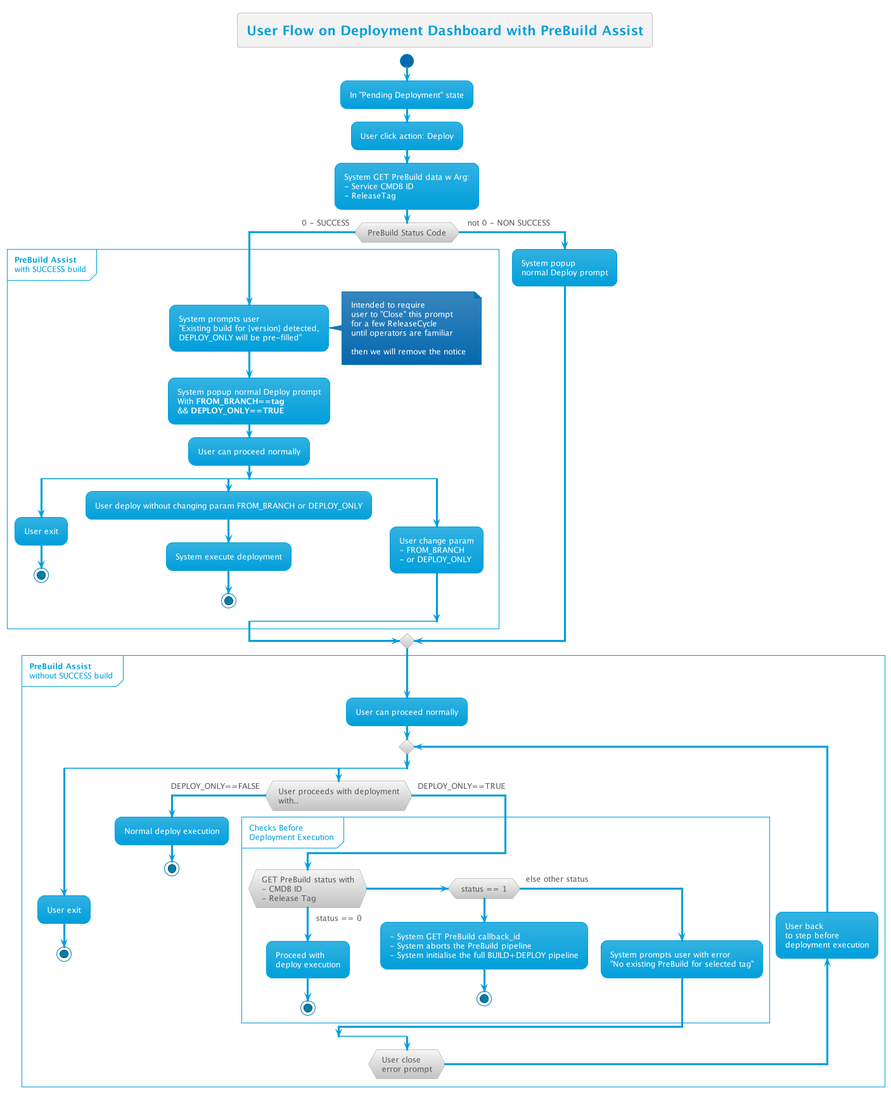
thetomitomo/diagrams keeps this PlantUML diagram as out/PreBuildFlow/PreBuildAssistUserFlow/PreBuildAssistUserFlow.png. Above is the earlier version.
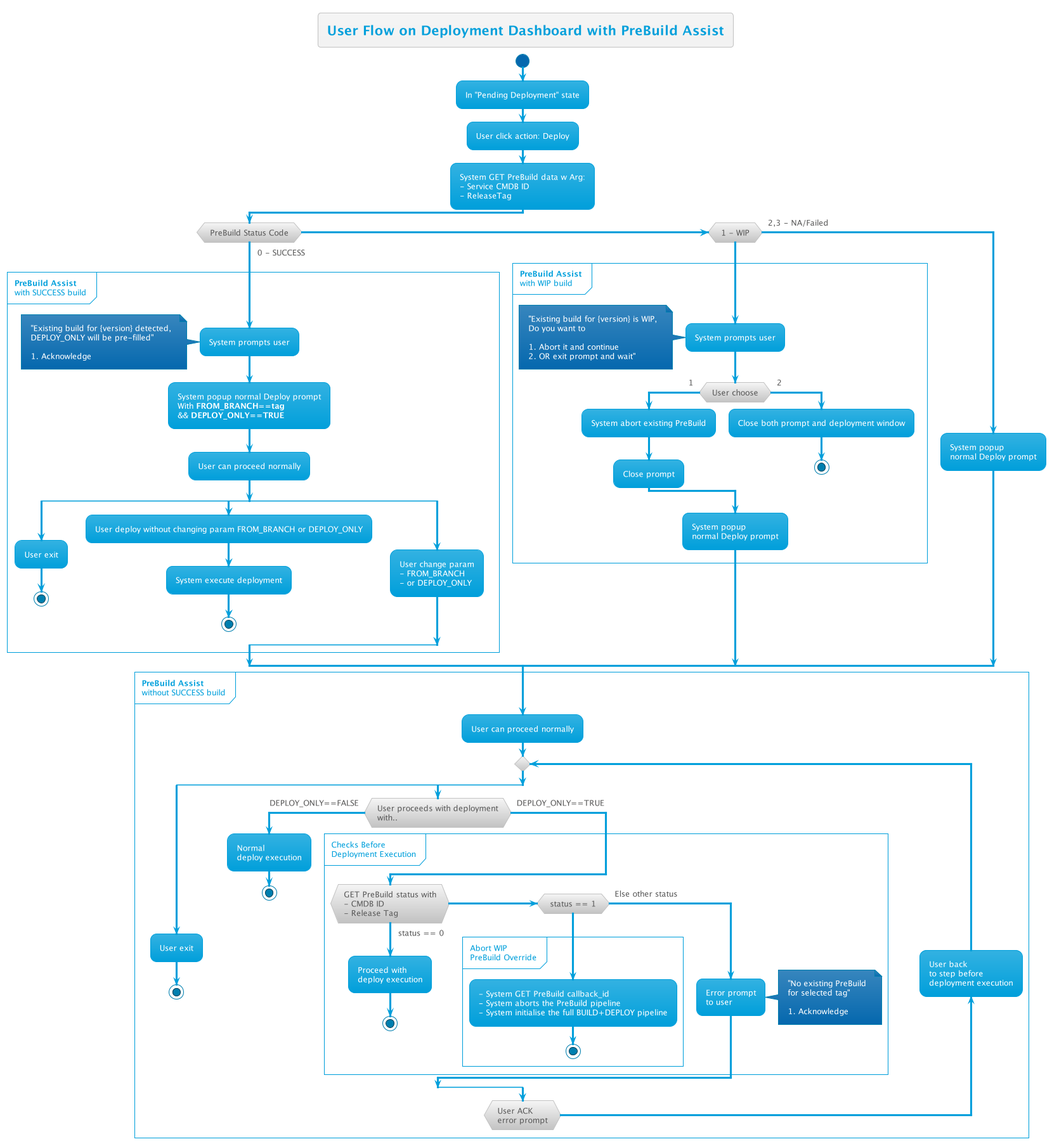
The same file after the commit.

Commit message:
update prebuild diagram

Change to the diagram source:
```diff
@@ -14,14 +14,12 @@
 if (PreBuild Status Code) then (0 - SUCCESS)
 
     group **PreBuild Assist**\nwith SUCCESS build
-        :System prompts user\n"Existing build for {version} detected,\nDEPLOY_ONLY will be pre-filled";
-        note right
-            Intended to require
-            user to "Close" this prompt
-            for a few ReleaseCycle
-            until operators are familiar
+        :System prompts user;
+        note left
+            "Existing build for {version} detected,
+            DEPLOY_ONLY will be pre-filled"
 
-            then we will remove the notice
+            1. Acknowledge
         end note
         :System popup normal Deploy prompt\nWith **FROM_BRANCH==tag**\n&& **DEPLOY_ONLY==TRUE**;
         :User can proceed normally;
@@ -36,7 +34,26 @@
             :User change param\n- FROM_BRANCH\n- or DEPLOY_ONLY;
         end split
     end group
-else ( not 0 - NON SUCCESS)
+elseif (1 - WIP)
+    group **PreBuild Assist**\nwith WIP build
+        :System prompts user;
+        note left
+            "Existing build for {version} is WIP,
+            Do you want to
+
+            1. Abort it and continue
+            2. OR exit prompt and wait"
+        end note
+        if (User choose) then (1)
+            :System abort existing PreBuild;
+            :Close prompt;
+        else (2)
+            :Close both prompt and deployment window;
+            stop
+        endif
+        :System popup\nnormal Deploy prompt;
+    end group
+else (2,3 - NA/Failed)
     :System popup\nnormal Deploy prompt;
 endif
 
@@ -49,7 +66,7 @@
             stop
         split again
             if (User proceeds with deployment\nwith..) then (DEPLOY_ONLY==FALSE)
-                :Normal deploy execution;
+                :Normal\ndeploy execution;
                 stop
             else (DEPLOY_ONLY==TRUE)
                 group Checks Before\nDeployment Execution
@@ -57,16 +74,24 @@
                         :Proceed with\ndeploy execution;
                         stop
                     elseif (status == 1)
-                        :- System GET PreBuild callback_id\n- System aborts the PreBuild pipeline\n- System initialise the full BUILD+DEPLOY pipeline;
-                        stop
-                    else (else other status)
-                        :System prompts user with error\n"No existing PreBuild for selected tag";
+                        group Abort WIP\nPreBuild Override
+                            :- System GET PreBuild callback_id\n- System aborts the PreBuild pipeline\n- System initialise the full BUILD+DEPLOY pipeline;
+                            stop
+                        end group
+                    else (Else other status)
+                        :Error prompt\nto user;
+                        note right
+                            "No existing PreBuild
+                            for selected tag"
+
+                            1. Acknowledge
+                        end note
                     endif
                 end group
             endif
         end split
     backward :User back\nto step before\ndeployment execution;
-    repeat while (User close\nerror prompt)
+    repeat while (User ACK\nerror prompt)
 end group
 
 kill
```
